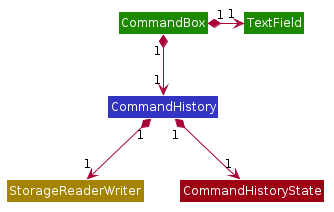
Above: docs/images/CommandHistoryClassDiagram.png in nus-cs2103-AY1920S2/addressbook-level3 (PlantUML), before the change.
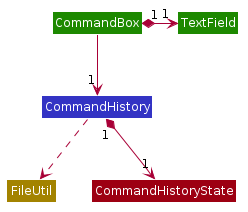
After the change.

The edit, as a diff of the source:
```diff
@@ -51,12 +51,12 @@
 Class CommandBox #1D8900
 Class TextField #1D8900
 Class CommandHistory #3333C4
-Class StorageReaderWriter #A38300
+Class FileUtil #A38300
 Class CommandHistoryState #9D0012
 
-CommandBox "1" *--> "1" CommandHistory
+CommandBox --> "1" CommandHistory
 CommandBox "1" *-right> "1" TextField
-CommandHistory "1" *--> "1" StorageReaderWriter
+CommandHistory ..> FileUtil
 CommandHistory "1" *--> "1" CommandHistoryState
 
 @enduml
```
